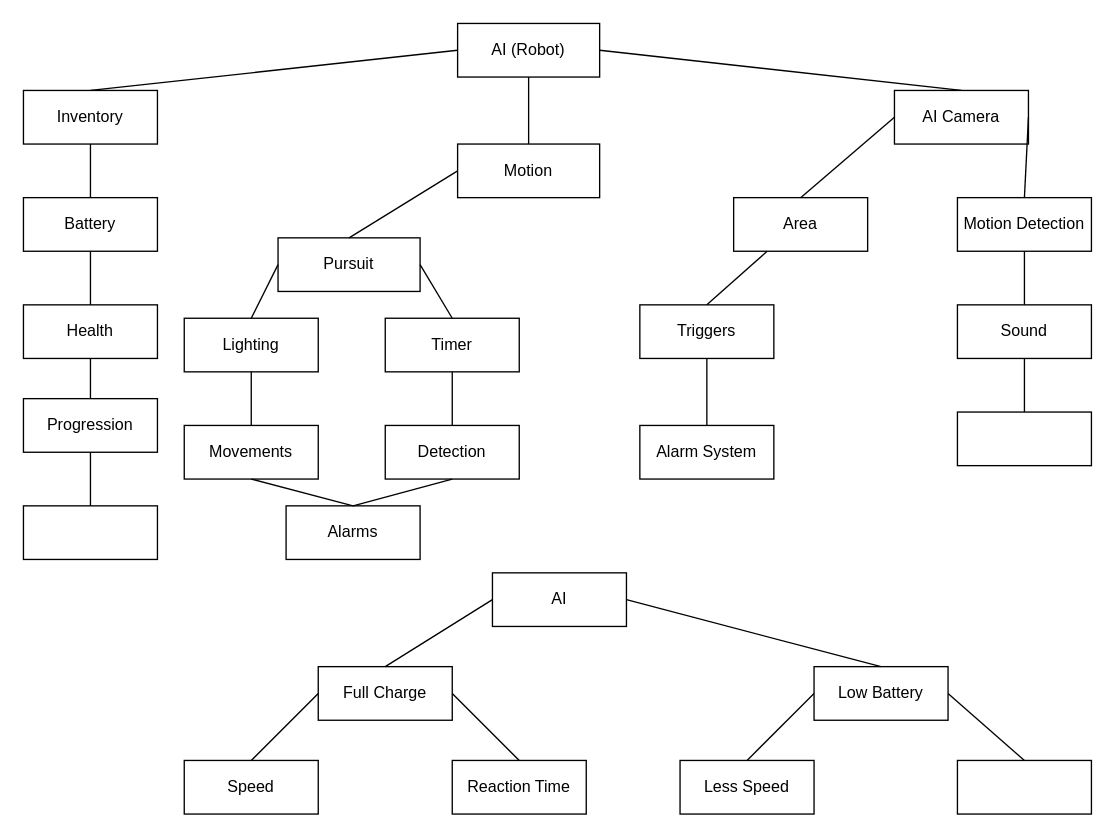
Earlier version of the draw.io diagram Diagrams/AI Tree.drawio (Pepsui/Code-AI). Source tidied: cells renumbered, new cells numbered last; positions are measured from the earlier drawing's top-left corner, leaving out a move shared by most shapes. Both pictures are drawn from the tidied source at 134%, with x=0, y=0 at pixel (23, 23).
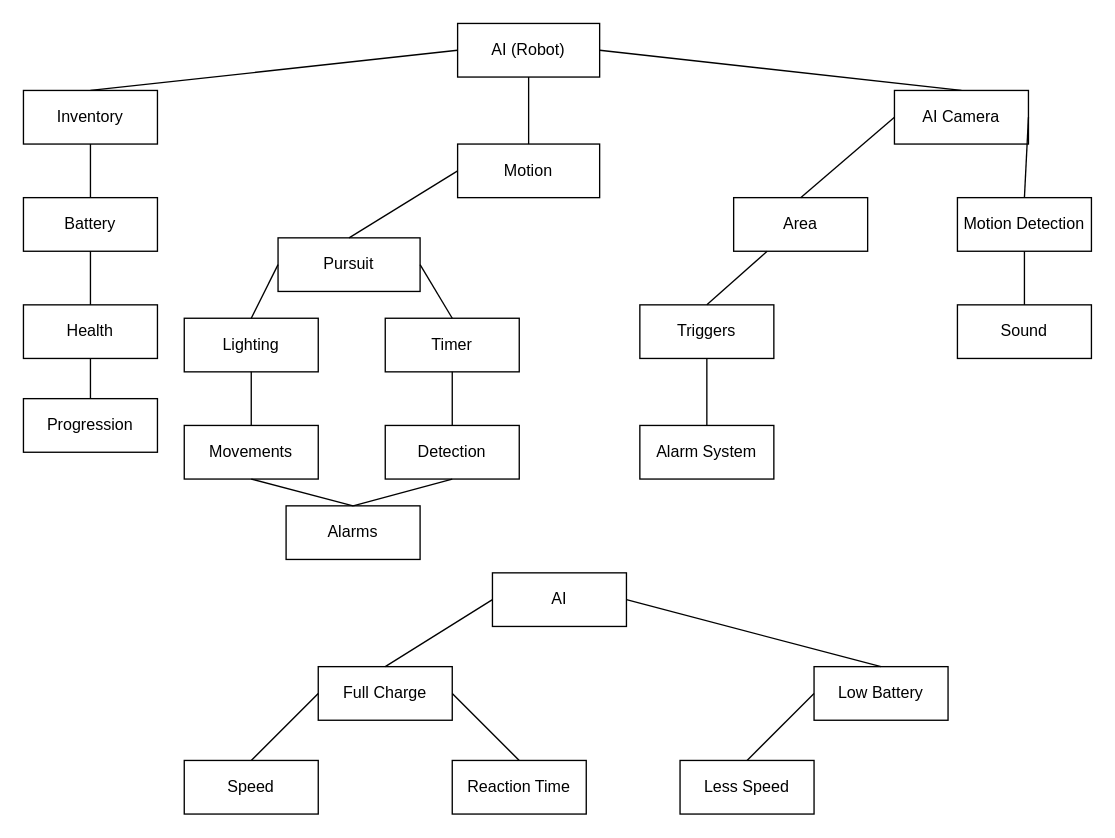
After the change.

The change refers to these unchanged cells:
```xml
<mxCell id="16" value="Progression" style="rounded=0;whiteSpace=wrap;html=1;" parent="1" vertex="1">
  <mxGeometry y="280" width="100" height="40" as="geometry" />
</mxCell>
<mxCell id="21" value="Sound" style="rounded=0;whiteSpace=wrap;html=1;" parent="1" vertex="1">
  <mxGeometry x="697" y="210" width="100" height="40" as="geometry" />
</mxCell>
<mxCell id="32" value="Low Battery" style="rounded=0;whiteSpace=wrap;html=1;" parent="1" vertex="1">
  <mxGeometry x="590" y="480" width="100" height="40" as="geometry" />
</mxCell>
```

The edit, as a diff of the source:
```diff
@@
-    <mxCell id="17" style="rounded=0;whiteSpace=wrap;html=1;" parent="1" vertex="1">
-      <mxGeometry y="360" width="100" height="40" as="geometry" />
-    </mxCell>
@@
-    <mxCell id="23" style="rounded=0;whiteSpace=wrap;html=1;" parent="1" vertex="1">
-      <mxGeometry x="697" y="290" width="100" height="40" as="geometry" />
-    </mxCell>
@@
-    <mxCell id="49" style="endArrow=none;html=1;rounded=0;entryX=0.5;entryY=1;entryDx=0;entryDy=0;exitX=0.5;exitY=0;exitDx=0;exitDy=0;" parent="1" edge="1" source="17" target="16">
-      <mxGeometry relative="1" as="geometry" />
-    </mxCell>
-    <mxCell id="50" style="endArrow=none;html=1;rounded=0;entryX=0.5;entryY=1;entryDx=0;entryDy=0;exitX=0.5;exitY=0;exitDx=0;exitDy=0;" parent="1" edge="1" source="23" target="21">
-      <mxGeometry relative="1" as="geometry" />
-    </mxCell>
-    <mxCell id="51" style="rounded=0;whiteSpace=wrap;html=1;" parent="1" vertex="1">
-      <mxGeometry x="697" y="550" width="100" height="40" as="geometry" />
-    </mxCell>
@@
-    <mxCell id="54" style="endArrow=none;html=1;rounded=0;entryX=1;entryY=0.5;entryDx=0;entryDy=0;exitX=0.5;exitY=0;exitDx=0;exitDy=0;" parent="1" edge="1" source="51" target="32">
-      <mxGeometry relative="1" as="geometry" />
-    </mxCell>
```
